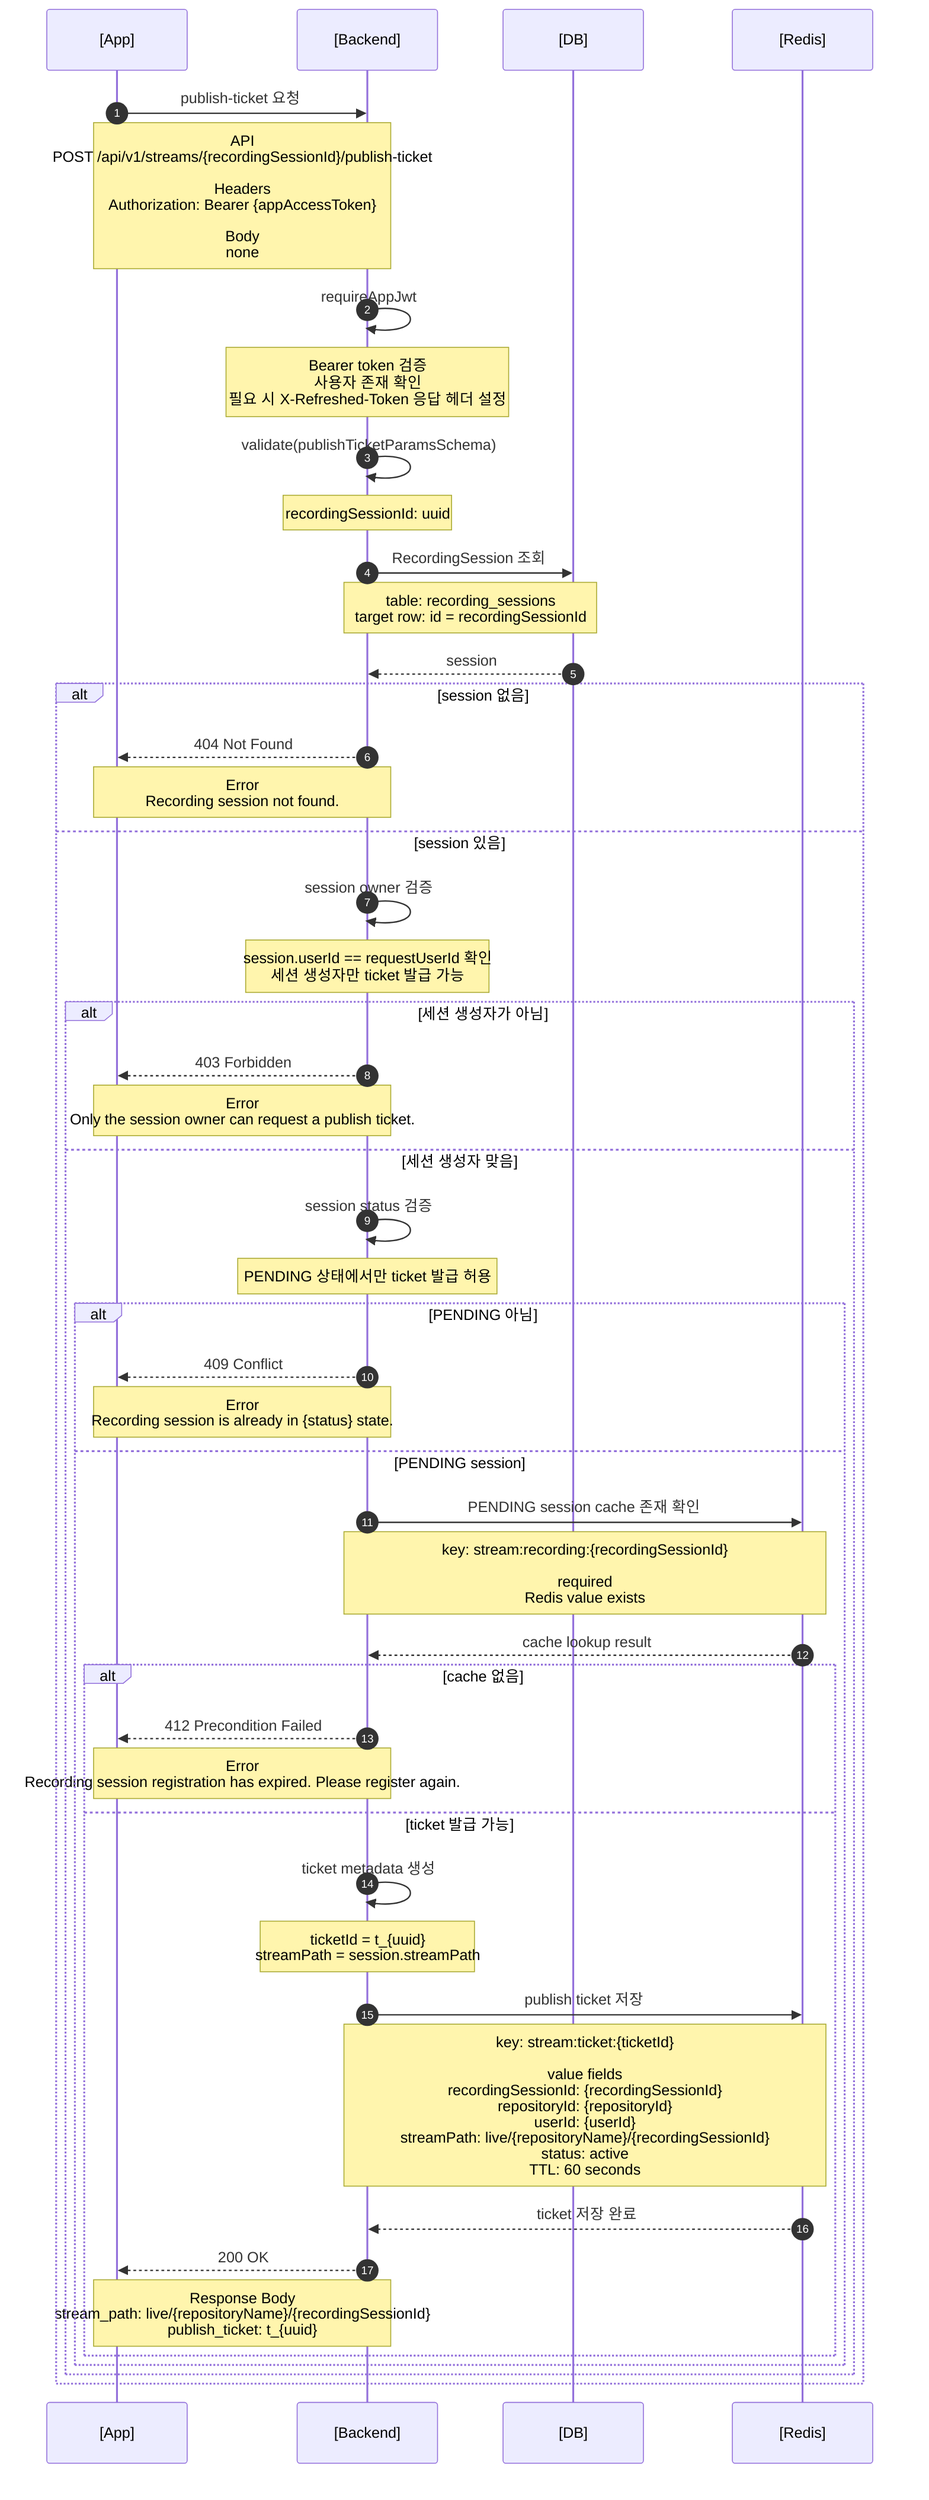
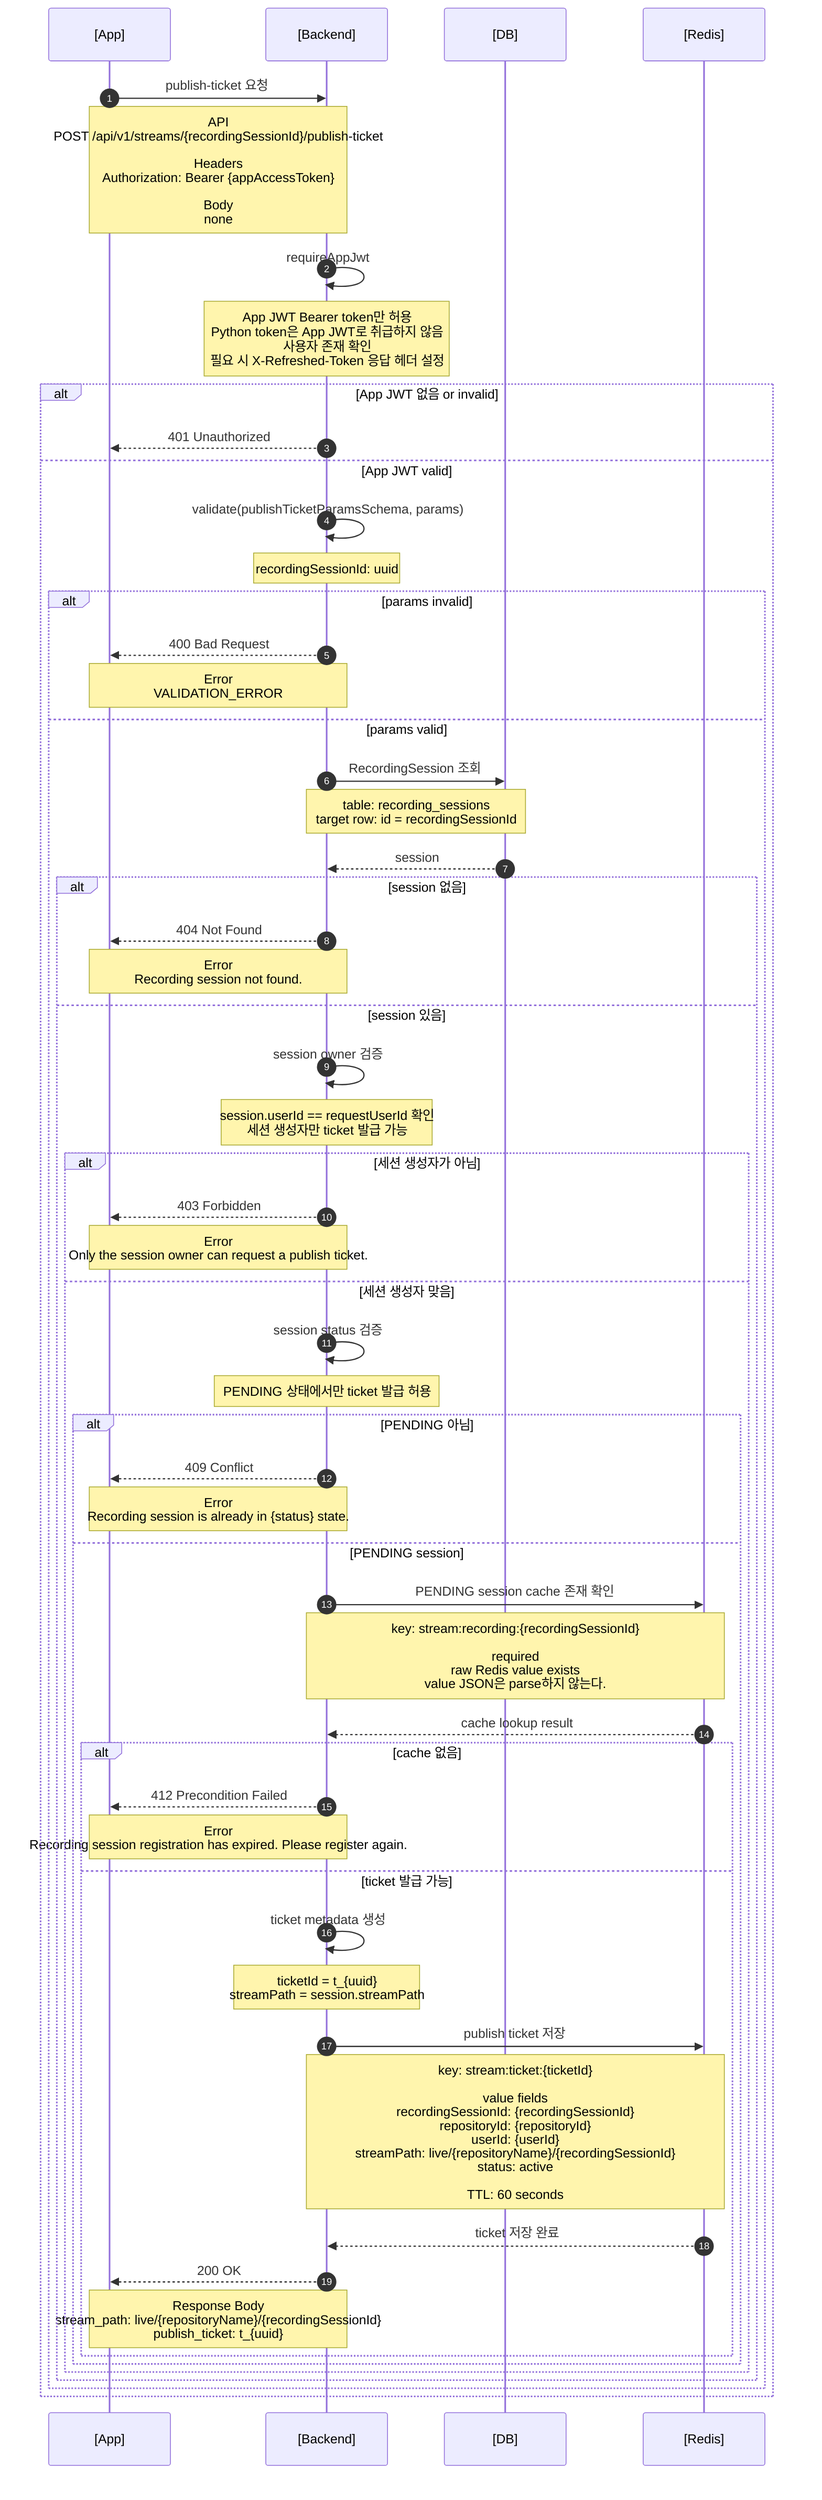
sequenceDiagram
  autonumber
  participant App as [App]
  participant Backend as [Backend]
  participant DB as [DB]
  participant Redis as [Redis]

  App->>Backend: publish-ticket 요청
  Note over App,Backend: API<br/>POST /api/v1/streams/{recordingSessionId}/publish-ticket<br/><br/>Headers<br/>Authorization: Bearer {appAccessToken}<br/><br/>Body<br/>none

  Backend->>Backend: requireAppJwt
-   Note over Backend: Bearer token 검증<br/>사용자 존재 확인<br/>필요 시 X-Refreshed-Token 응답 헤더 설정
-   Backend->>Backend: validate(publishTicketParamsSchema)
-   Note over Backend: recordingSessionId: uuid
+   Note over Backend: App JWT Bearer token만 허용<br/>Python token은 App JWT로 취급하지 않음<br/>사용자 존재 확인<br/>필요 시 X-Refreshed-Token 응답 헤더 설정

-   Backend->>DB: RecordingSession 조회
-   Note over Backend,DB: table: recording_sessions<br/>target row: id = recordingSessionId
-   DB-->>Backend: session
+   alt App JWT 없음 or invalid
+     Backend-->>App: 401 Unauthorized
+   else App JWT valid
+     Backend->>Backend: validate(publishTicketParamsSchema, params)
+     Note over Backend: recordingSessionId: uuid

-   alt session 없음
-     Backend-->>App: 404 Not Found
-     Note over App,Backend: Error<br/>Recording session not found.
-   else session 있음
-     Backend->>Backend: session owner 검증
-     Note over Backend: session.userId == requestUserId 확인<br/>세션 생성자만 ticket 발급 가능
-     alt 세션 생성자가 아님
-       Backend-->>App: 403 Forbidden
-       Note over App,Backend: Error<br/>Only the session owner can request a publish ticket.
-     else 세션 생성자 맞음
-       Backend->>Backend: session status 검증
-       Note over Backend: PENDING 상태에서만 ticket 발급 허용
-       alt PENDING 아님
-         Backend-->>App: 409 Conflict
-         Note over App,Backend: Error<br/>Recording session is already in {status} state.
-       else PENDING session
-         Backend->>Redis: PENDING session cache 존재 확인
-         Note over Backend,Redis: key: stream:recording:{recordingSessionId}<br/><br/>required<br/>Redis value exists
-         Redis-->>Backend: cache lookup result
+     alt params invalid
+       Backend-->>App: 400 Bad Request
+       Note over App,Backend: Error<br/>VALIDATION_ERROR
+     else params valid
+       Backend->>DB: RecordingSession 조회
+       Note over Backend,DB: table: recording_sessions<br/>target row: id = recordingSessionId
+       DB-->>Backend: session

-         alt cache 없음
-           Backend-->>App: 412 Precondition Failed
-           Note over App,Backend: Error<br/>Recording session registration has expired. Please register again.
-         else ticket 발급 가능
-           Backend->>Backend: ticket metadata 생성
-           Note over Backend: ticketId = t_{uuid}<br/>streamPath = session.streamPath
+       alt session 없음
+         Backend-->>App: 404 Not Found
+         Note over App,Backend: Error<br/>Recording session not found.
+       else session 있음
+         Backend->>Backend: session owner 검증
+         Note over Backend: session.userId == requestUserId 확인<br/>세션 생성자만 ticket 발급 가능
+         alt 세션 생성자가 아님
+           Backend-->>App: 403 Forbidden
+           Note over App,Backend: Error<br/>Only the session owner can request a publish ticket.
+         else 세션 생성자 맞음
+           Backend->>Backend: session status 검증
+           Note over Backend: PENDING 상태에서만 ticket 발급 허용
+           alt PENDING 아님
+             Backend-->>App: 409 Conflict
+             Note over App,Backend: Error<br/>Recording session is already in {status} state.
+           else PENDING session
+             Backend->>Redis: PENDING session cache 존재 확인
+             Note over Backend,Redis: key: stream:recording:{recordingSessionId}<br/><br/>required<br/>raw Redis value exists<br/>value JSON은 parse하지 않는다.
+             Redis-->>Backend: cache lookup result

-           Backend->>Redis: publish ticket 저장
-           Note over Backend,Redis: key: stream:ticket:{ticketId}<br/><br/>value fields<br/>recordingSessionId: {recordingSessionId}<br/>repositoryId: {repositoryId}<br/>userId: {userId}<br/>streamPath: live/{repositoryName}/{recordingSessionId}<br/>status: active<br/>TTL: 60 seconds
-           Redis-->>Backend: ticket 저장 완료
+             alt cache 없음
+               Backend-->>App: 412 Precondition Failed
+               Note over App,Backend: Error<br/>Recording session registration has expired. Please register again.
+             else ticket 발급 가능
+               Backend->>Backend: ticket metadata 생성
+               Note over Backend: ticketId = t_{uuid}<br/>streamPath = session.streamPath

-           Backend-->>App: 200 OK
-           Note over App,Backend: Response Body<br/>stream_path: live/{repositoryName}/{recordingSessionId}<br/>publish_ticket: t_{uuid}
+               Backend->>Redis: publish ticket 저장
+               Note over Backend,Redis: key: stream:ticket:{ticketId}<br/><br/>value fields<br/>recordingSessionId: {recordingSessionId}<br/>repositoryId: {repositoryId}<br/>userId: {userId}<br/>streamPath: live/{repositoryName}/{recordingSessionId}<br/>status: active<br/><br/>TTL: 60 seconds
+               Redis-->>Backend: ticket 저장 완료
+ 
+               Backend-->>App: 200 OK
+               Note over App,Backend: Response Body<br/>stream_path: live/{repositoryName}/{recordingSessionId}<br/>publish_ticket: t_{uuid}
+             end
+           end
        end
      end
    end
  end

%% 참고:
%% publish-ticket 단계에서는 repository 권한을 재검증하지 않는다.
%% PENDING 등록 유효성은 Redis stream:recording:{recordingSessionId} cache 존재 여부로만 검사한다.
%% recording_sessions row는 갱신하지 않는다.
%% publish-ticket 단계에서 Redis에 쓰는 값은 stream:ticket:{ticketId} 하나다.
%% expiresAt은 JSON에 저장하지 않고 Redis TTL만 사용한다.
%% 이후 RTMP publish/auth/stream-ready 흐름은 .mermaid/3.rtmp-publish.mmd에서 다룬다.
